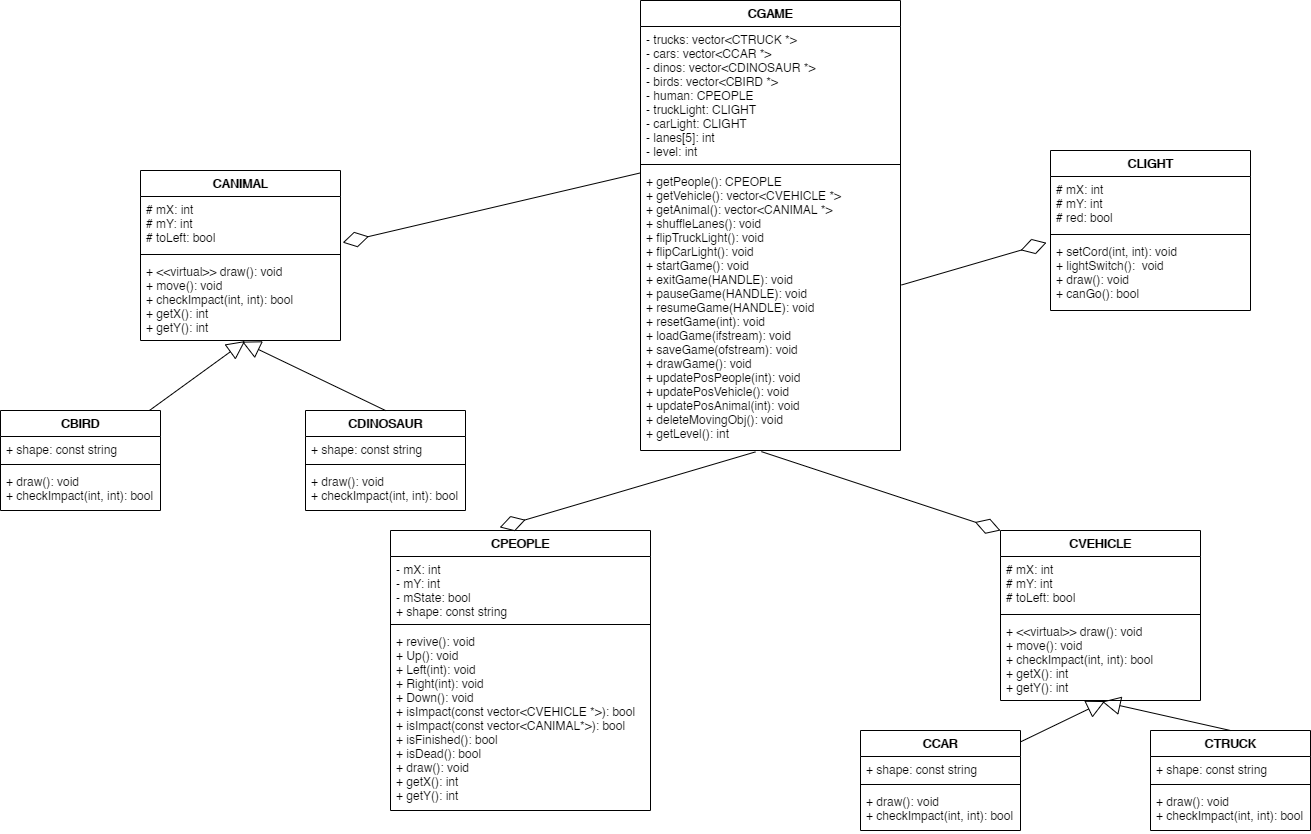
Before: diagram.png, a diagram exported from draw.io (SavarinJames/CrossingRoadFinal). Source tidied: cells renumbered, new cells last; positions are measured from the earlier drawing's top-left corner, leaving out a move shared by most shapes.
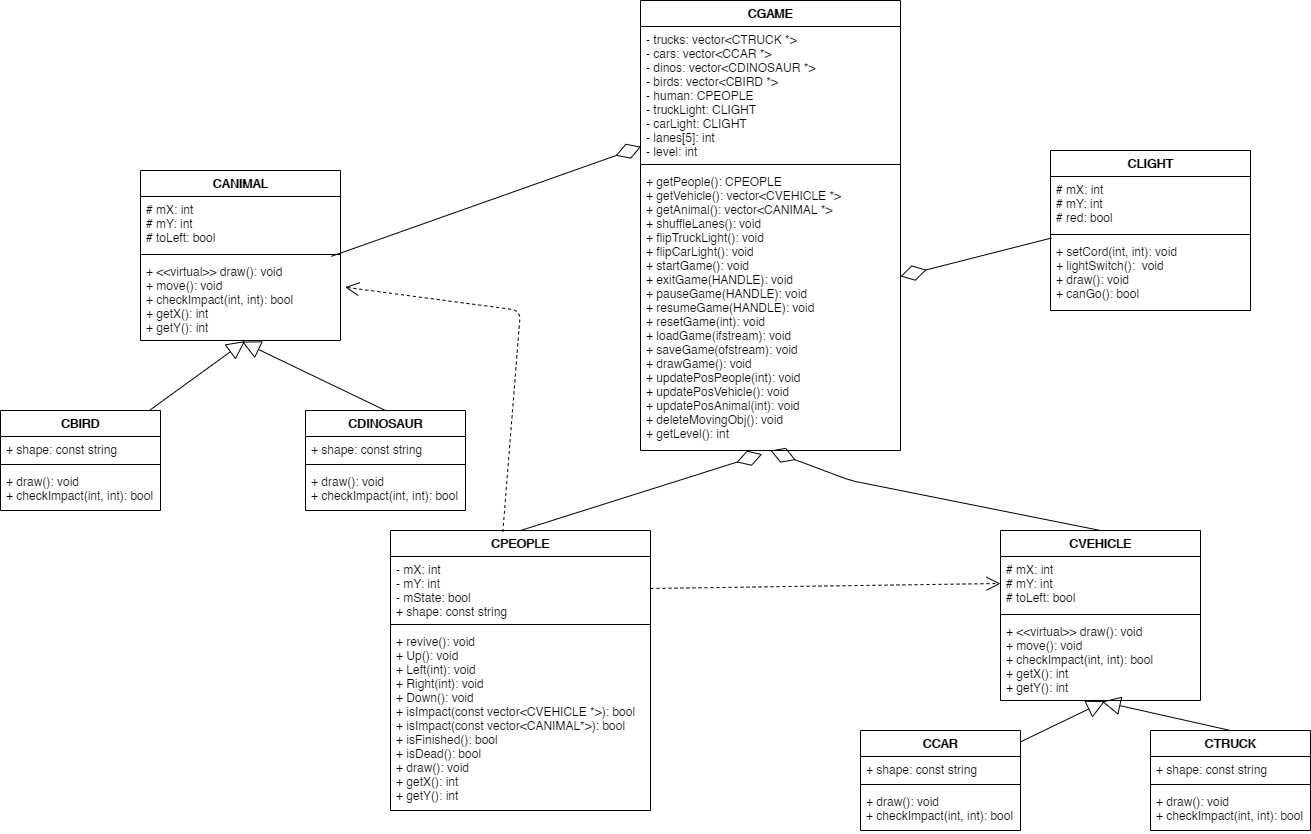
The same file after the commit.

What changed in the source:
```diff
@@ -130,17 +130,32 @@
     <mxCell id="41" value="+ getPeople(): CPEOPLE&#10;+ getVehicle(): vector&lt;CVEHICLE *&gt;&#10;+ getAnimal(): vector&lt;CANIMAL *&gt;&#10;+ shuffleLanes(): void&#10;+ flipTruckLight(): void&#10;+ flipCarLight(): void&#10;+ startGame(): void&#10;+ exitGame(HANDLE): void&#10;+ pauseGame(HANDLE): void&#10;+ resumeGame(HANDLE): void&#10;+ resetGame(int): void&#10;+ loadGame(ifstream): void&#10;+ saveGame(ofstream): void&#10;+ drawGame(): void&#10;+ updatePosPeople(int): void&#10;+ updatePosVehicle(): void&#10;+ updatePosAnimal(int): void&#10;+ deleteMovingObj(): void&#10;+ getLevel(): int" style="text;strokeColor=none;fillColor=none;align=left;verticalAlign=top;spacingLeft=4;spacingRight=4;overflow=hidden;points=[[0,0.5],[1,0.5]];portConstraint=eastwest;" parent="38" vertex="1">
       <mxGeometry y="168" width="260" height="282" as="geometry" />
     </mxCell>
-    <mxCell id="42" style="endArrow=diamondThin;endFill=0;endSize=24;html=1;exitX=0.442;exitY=1.005;exitDx=0;exitDy=0;exitPerimeter=0;entryX=0.42;entryY=-0.011;entryDx=0;entryDy=0;entryPerimeter=0;" parent="1" edge="1" source="41" target="30">
+    <mxCell id="42" style="endArrow=diamondThin;endFill=0;endSize=24;html=1;entryX=0.468;entryY=1.013;entryDx=0;entryDy=0;entryPerimeter=0;exitX=0.5;exitY=0;exitDx=0;exitDy=0;" parent="1" edge="1" source="30" target="41">
       <mxGeometry relative="1" as="geometry" />
     </mxCell>
-    <mxCell id="43" style="endArrow=diamondThin;endFill=0;endSize=24;html=1;exitX=0.465;exitY=1.004;exitDx=0;exitDy=0;exitPerimeter=0;entryX=0;entryY=0;entryDx=0;entryDy=0;" parent="1" edge="1" source="41" target="2">
-      <mxGeometry relative="1" as="geometry" />
+    <mxCell id="43" style="endArrow=diamondThin;endFill=0;endSize=24;html=1;exitX=0.5;exitY=0;exitDx=0;exitDy=0;" parent="1" edge="1" source="2">
+      <mxGeometry relative="1" as="geometry">
+        <mxPoint x="770" y="450" as="targetPoint" />
+        <Array as="points">
+          <mxPoint x="850" y="480" />
+        </Array>
+      </mxGeometry>
     </mxCell>
-    <mxCell id="44" style="endArrow=diamondThin;endFill=0;endSize=24;html=1;exitX=1.004;exitY=0.413;exitDx=0;exitDy=0;exitPerimeter=0;entryX=-0.02;entryY=0.059;entryDx=0;entryDy=0;entryPerimeter=0;" parent="1" edge="1" source="41" target="37">
+    <mxCell id="44" style="endArrow=diamondThin;endFill=0;endSize=24;html=1;exitX=0.004;exitY=-0.006;exitDx=0;exitDy=0;exitPerimeter=0;" parent="1" edge="1" source="37" target="41">
       <mxGeometry relative="1" as="geometry" />
     </mxCell>
-    <mxCell id="45" style="endArrow=diamondThin;endFill=0;endSize=24;html=1;exitX=-0.002;exitY=0.016;exitDx=0;exitDy=0;exitPerimeter=0;entryX=1.011;entryY=0.854;entryDx=0;entryDy=0;entryPerimeter=0;" parent="1" edge="1" source="41" target="17">
+    <mxCell id="45" style="endArrow=diamondThin;endFill=0;endSize=24;html=1;entryX=0.002;entryY=0.897;entryDx=0;entryDy=0;entryPerimeter=0;exitX=0.954;exitY=-0.026;exitDx=0;exitDy=0;exitPerimeter=0;" parent="1" edge="1" source="19" target="39">
       <mxGeometry relative="1" as="geometry" />
     </mxCell>
+    <mxCell id="46" style="endArrow=open;endSize=12;dashed=1;html=1;exitX=1;exitY=0.5;exitDx=0;exitDy=0;entryX=0;entryY=0.5;entryDx=0;entryDy=0;" parent="1" edge="1" source="31" target="3">
+      <mxGeometry x="0.03" y="-25" relative="1" as="geometry" />
+    </mxCell>
+    <mxCell id="47" style="endArrow=open;endSize=12;dashed=1;html=1;exitX=0.432;exitY=0.005;exitDx=0;exitDy=0;exitPerimeter=0;entryX=1.023;entryY=0.35;entryDx=0;entryDy=0;entryPerimeter=0;" parent="1" edge="1" source="30" target="19">
+      <mxGeometry x="0.03" y="-25" relative="1" as="geometry">
+        <Array as="points">
+          <mxPoint x="520" y="310" />
+        </Array>
+      </mxGeometry>
+    </mxCell>
   </root>
 </mxGraphModel>
```
